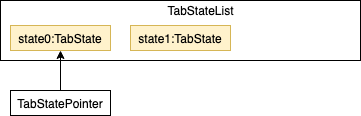
Above: docs/images/UndoRedoState2.png in nus-cs2103-AY1920S1/addressbook-level3 (draw.io), before the change. Source tidied: cells renumbered, new cells last; positions are measured from the earlier drawing's top-left corner, leaving out a move shared by most shapes.
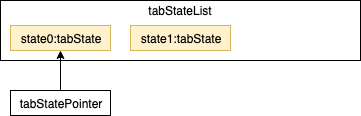
The same diagram one commit later.

Commit message:
Updated undo redo images.

What changed in the source:
```diff
@@ -5,19 +5,19 @@
     <mxCell id="2" style="rounded=0;whiteSpace=wrap;html=1;" parent="1" vertex="1">
       <mxGeometry width="360" height="60" as="geometry" />
     </mxCell>
-    <mxCell id="3" value="TabStateList" style="text;html=1;strokeColor=none;fillColor=none;align=center;verticalAlign=middle;whiteSpace=wrap;rounded=0;" parent="1" vertex="1">
-      <mxGeometry x="180" width="40" height="20" as="geometry" />
+    <mxCell id="3" value="tabStateList" style="text;html=1;strokeColor=none;fillColor=none;align=center;verticalAlign=middle;whiteSpace=wrap;rounded=0;" parent="1" vertex="1">
+      <mxGeometry x="160" width="40" height="20" as="geometry" />
     </mxCell>
-    <mxCell id="4" style="edgeStyle=orthogonalEdgeStyle;rounded=0;jettySize=auto;html=1;exitX=0.5;exitY=1;exitDx=0;exitDy=0;startArrow=classic;startFill=1;endArrow=none;endFill=0;" parent="1" edge="1" source="5" target="6">
+    <mxCell id="4" style="edgeStyle=orthogonalEdgeStyle;rounded=0;jettySize=auto;html=1;startArrow=classic;startFill=1;endArrow=none;endFill=0;exitX=0.5;exitY=1;exitDx=0;exitDy=0;" parent="1" edge="1" source="5" target="6">
       <mxGeometry relative="1" as="geometry" />
     </mxCell>
-    <mxCell id="5" value="state0:TabState" style="rounded=0;whiteSpace=wrap;html=1;fillColor=#fff2cc;strokeColor=#d6b656;" parent="1" vertex="1">
+    <mxCell id="5" value="state0:tabState" style="rounded=0;whiteSpace=wrap;html=1;fillColor=#fff2cc;strokeColor=#d6b656;" parent="1" vertex="1">
       <mxGeometry x="10" y="25" width="100" height="25" as="geometry" />
     </mxCell>
-    <mxCell id="6" value="TabStatePointer" style="rounded=0;whiteSpace=wrap;html=1;" parent="1" vertex="1">
+    <mxCell id="6" value="tabStatePointer" style="rounded=0;whiteSpace=wrap;html=1;" parent="1" vertex="1">
       <mxGeometry x="10" y="90" width="100" height="25" as="geometry" />
     </mxCell>
-    <mxCell id="7" value="state1:TabState" style="rounded=0;whiteSpace=wrap;html=1;fillColor=#fff2cc;strokeColor=#d6b656;" parent="1" vertex="1">
+    <mxCell id="7" value="state1:tabState" style="rounded=0;whiteSpace=wrap;html=1;fillColor=#fff2cc;strokeColor=#d6b656;" parent="1" vertex="1">
       <mxGeometry x="130" y="25" width="100" height="25" as="geometry" />
     </mxCell>
   </root>
```
